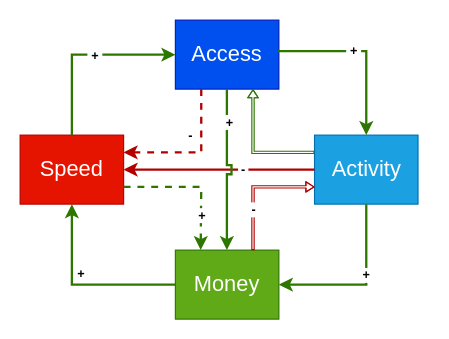
Jutzz/networkanalysis keeps this draw.io diagram as document/figures/fundamentalmodelofaccesslevinson.drawio. Above is the earlier version. Source tidied: cells renumbered, new cells numbered last; positions are measured from the earlier drawing's top-left corner, leaving out a move shared by most shapes. Both pictures are drawn from the tidied source at 115%, with x=0, y=0 at pixel (20, 20).
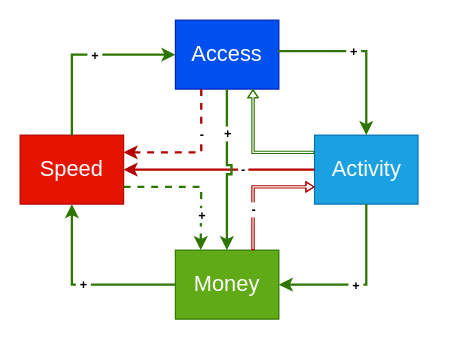
The same diagram, later.

The change refers to these unchanged cells:
```xml
<mxCell id="6" style="endArrow=classic;html=1;rounded=0;exitX=0.5;exitY=1;exitDx=0;exitDy=0;entryX=1;entryY=0.5;entryDx=0;entryDy=0;edgeStyle=orthogonalEdgeStyle;strokeColor=#2D7600;fillColor=#60a917;strokeWidth=2;" parent="1" edge="1" source="3" target="4">
  <mxGeometry relative="1" as="geometry" />
</mxCell>
<mxCell id="8" style="endArrow=classic;html=1;rounded=0;exitX=0.992;exitY=0.45;exitDx=0;exitDy=0;exitPerimeter=0;edgeStyle=orthogonalEdgeStyle;entryX=0.5;entryY=0;entryDx=0;entryDy=0;strokeColor=#2D7600;fillColor=#60a917;strokeWidth=2;" parent="1" edge="1" source="2" target="3">
  <mxGeometry relative="1" as="geometry" />
</mxCell>
<mxCell id="10" style="endArrow=classic;html=1;rounded=0;exitX=0;exitY=0.5;exitDx=0;exitDy=0;entryX=0.5;entryY=1;entryDx=0;entryDy=0;edgeStyle=orthogonalEdgeStyle;strokeColor=#2D7600;fillColor=#60a917;strokeWidth=2;" parent="1" edge="1" source="4" target="5">
  <mxGeometry relative="1" as="geometry" />
</mxCell>
<mxCell id="17" style="endArrow=classic;dashed=1;html=1;rounded=0;exitX=0.25;exitY=1;exitDx=0;exitDy=0;edgeStyle=orthogonalEdgeStyle;fillColor=#e51400;strokeColor=#B20000;strokeWidth=2;endFill=1;entryX=1;entryY=0.25;entryDx=0;entryDy=0;" parent="1" edge="1" source="2" target="5">
  <mxGeometry relative="1" as="geometry" />
</mxCell>
```

The edit, as a diff of the source:
```diff
@@
-    <mxCell id="7" value="&lt;b&gt;+&lt;/b&gt;" style="edgeLabel;html=1;align=center;verticalAlign=middle;" parent="6" vertex="1">
+    <mxCell id="7" value="&lt;b&gt;&amp;nbsp;+&amp;nbsp;&lt;/b&gt;" style="edgeLabel;html=1;align=center;verticalAlign=middle;" parent="6" vertex="1">
       <mxGeometry relative="1" as="geometry">
-        <mxPoint x="2" y="-9" as="offset" />
+        <mxPoint x="-7" as="offset" />
       </mxGeometry>
     </mxCell>
@@
     <mxCell id="9" value="&lt;b&gt;&amp;nbsp;+&amp;nbsp;&lt;/b&gt;" style="edgeLabel;html=1;align=center;verticalAlign=middle;" parent="8" vertex="1">
       <mxGeometry relative="1" as="geometry">
-        <mxPoint x="-10" y="-1" as="offset" />
+        <mxPoint x="-10" as="offset" />
       </mxGeometry>
     </mxCell>
@@
-    <mxCell id="11" value="&lt;b&gt;+&lt;/b&gt;" style="edgeLabel;html=1;align=center;verticalAlign=middle;" parent="10" vertex="1">
+    <mxCell id="11" value="&lt;b&gt;&amp;nbsp;+&amp;nbsp;&lt;/b&gt;" style="edgeLabel;html=1;align=center;verticalAlign=middle;" parent="10" vertex="1">
       <mxGeometry relative="1" as="geometry">
-        <mxPoint x="-3" y="-10" as="offset" />
+        <mxPoint x="-1" y="-1" as="offset" />
       </mxGeometry>
     </mxCell>
@@
     <mxCell id="18" value="&lt;b&gt;&amp;nbsp; -&amp;nbsp;&amp;nbsp;&lt;/b&gt;" style="edgeLabel;html=1;align=center;verticalAlign=middle;fontFamily=Source Sans 3;" parent="17" vertex="1">
       <mxGeometry x="0.36" y="1" relative="1" as="geometry">
-        <mxPoint x="18" y="-16" as="offset" />
+        <mxPoint x="28" y="-17" as="offset" />
       </mxGeometry>
     </mxCell>
@@
-    <mxCell id="26" value="&lt;b&gt;&amp;nbsp;+&amp;nbsp;&lt;/b&gt;" style="edgeLabel;html=1;align=center;verticalAlign=middle;" parent="1" vertex="1">
-      <mxGeometry x="181" y="88" as="geometry" />
+    <mxCell id="26" value="&lt;b&gt;&amp;nbsp;+&lt;/b&gt;" style="edgeLabel;html=1;align=center;verticalAlign=middle;" parent="1" vertex="1">
+      <mxGeometry x="176" y="100" as="geometry">
+        <mxPoint x="2" y="-2" as="offset" />
+      </mxGeometry>
     </mxCell>
```
